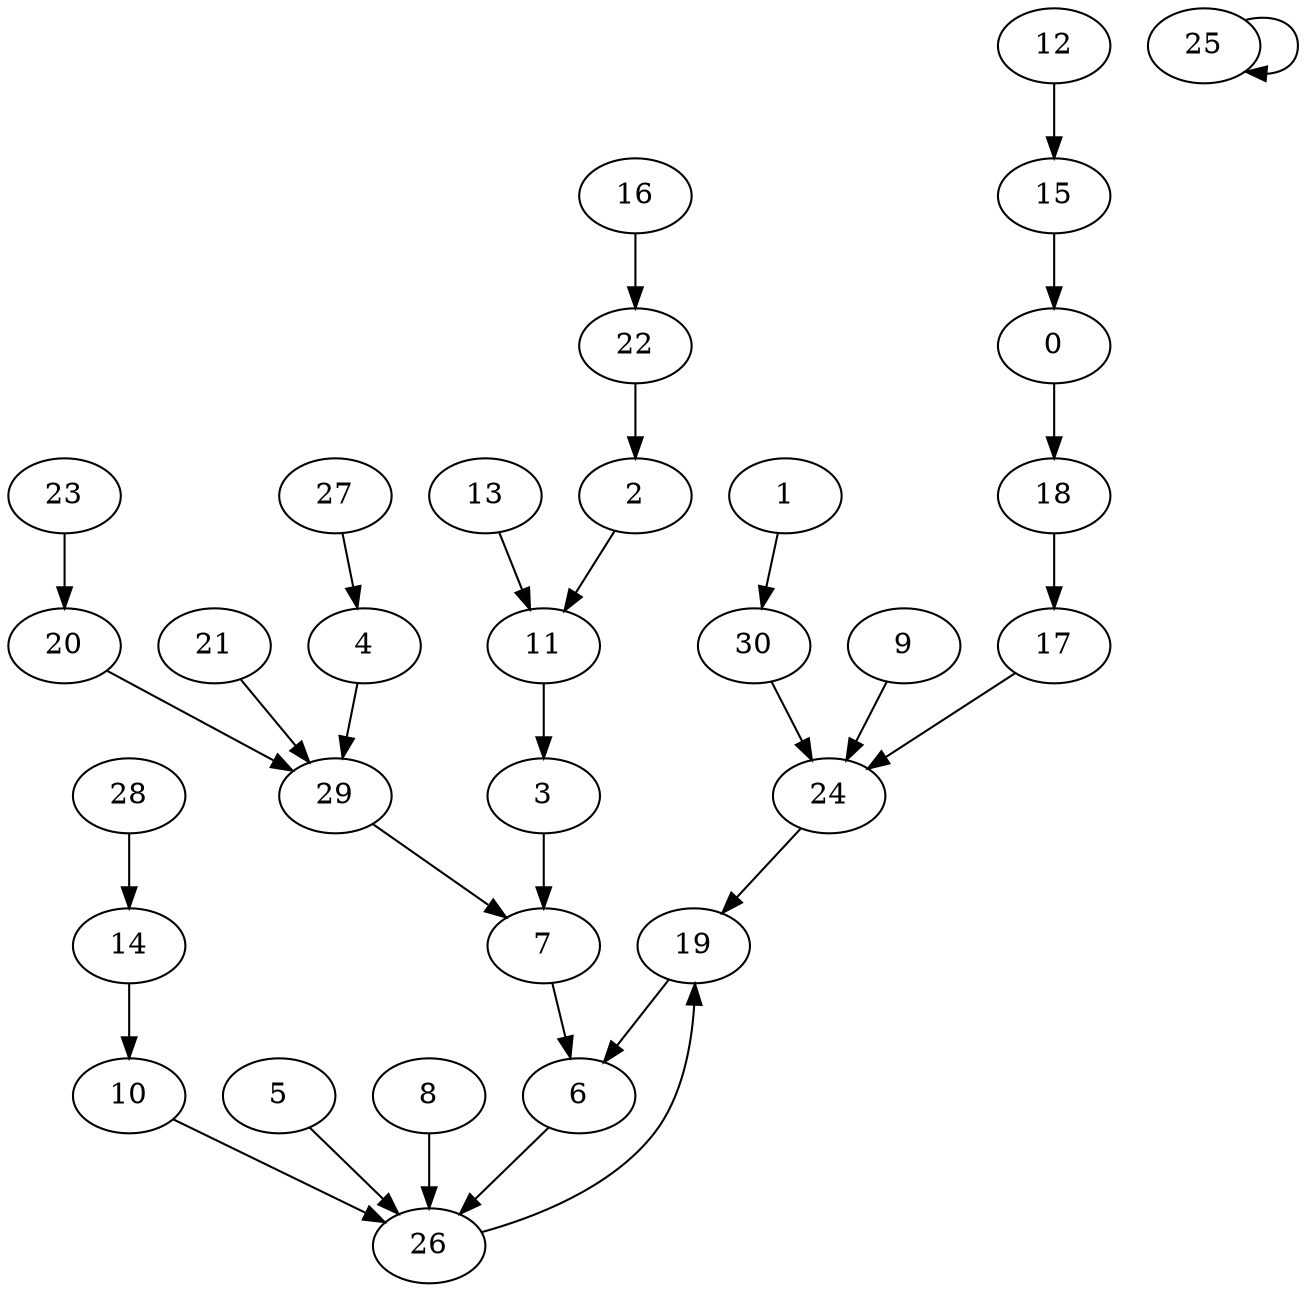
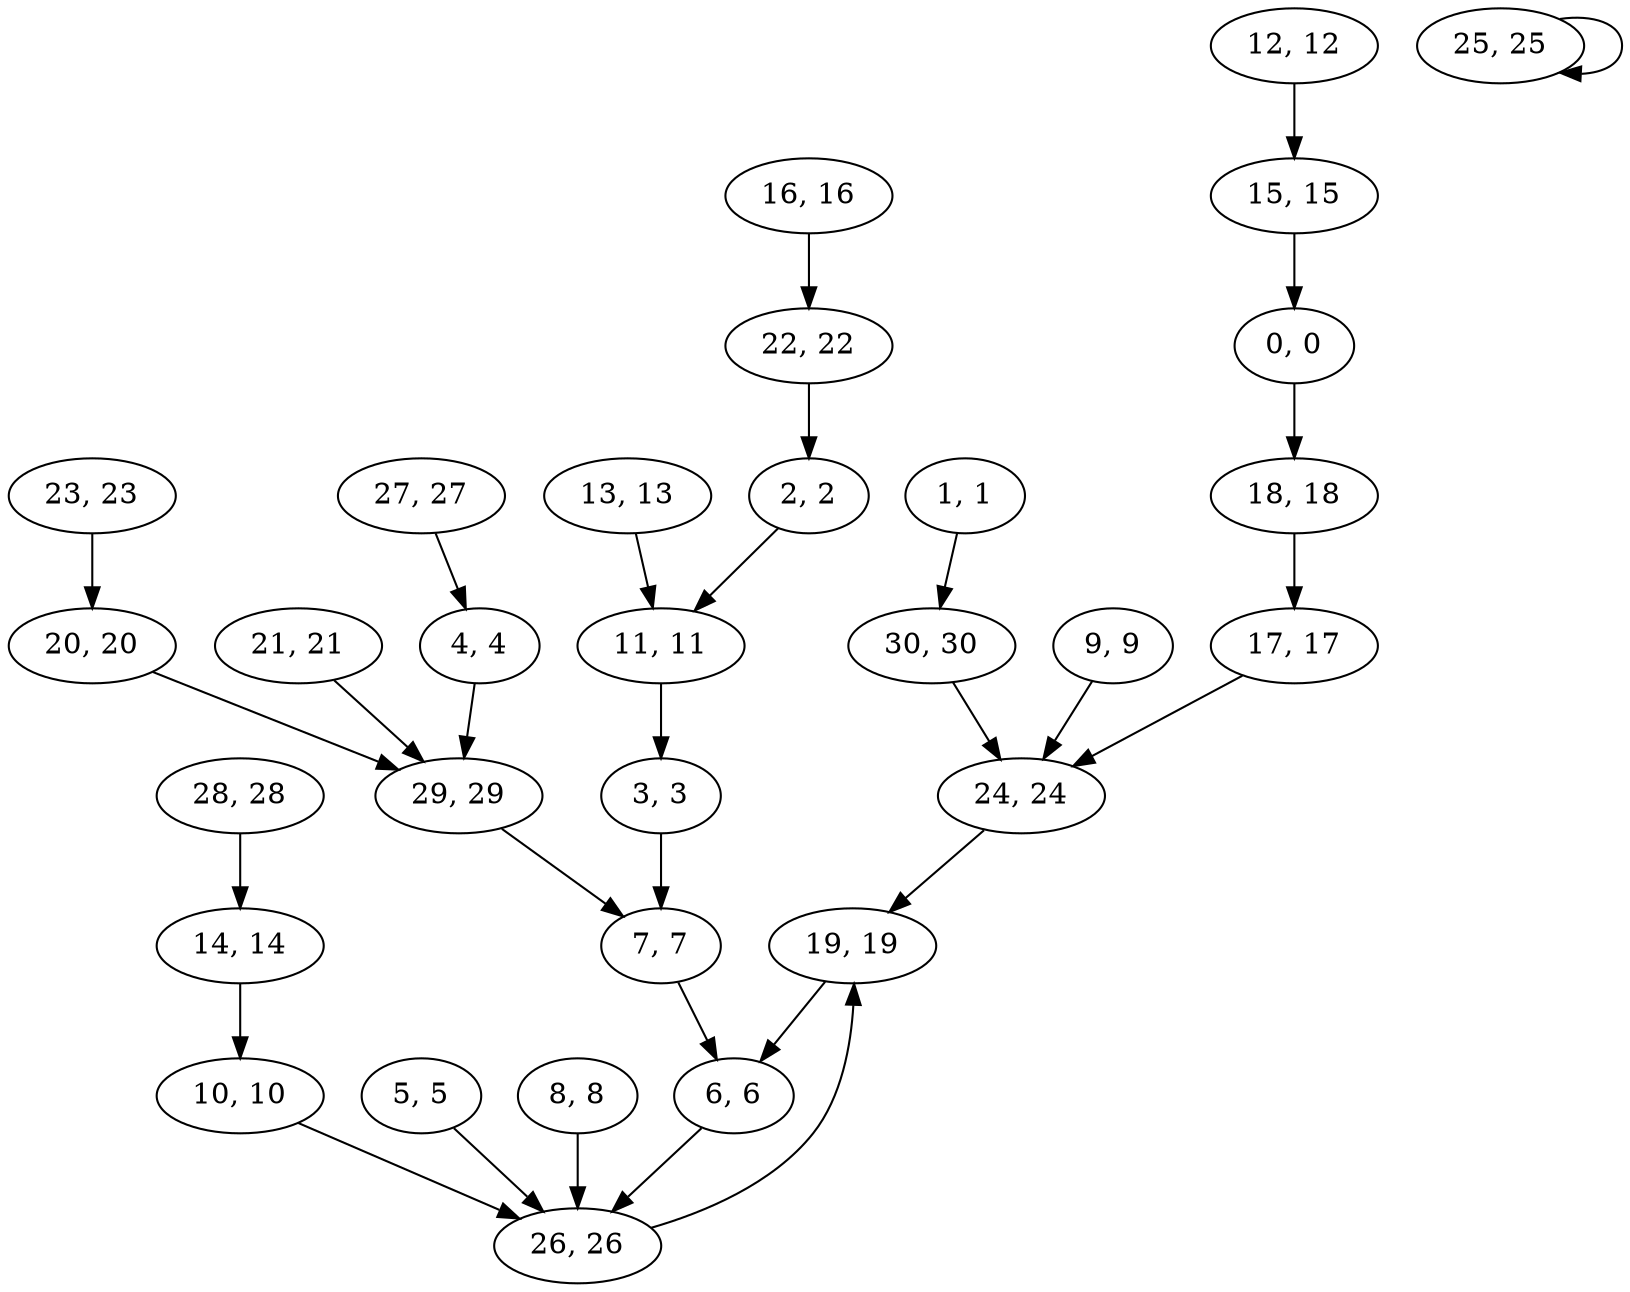
digraph ParityArena {
-     0 [label = 0];
-     1 [label = 1];
-     10 [label = 10];
-     11 [label = 11];
-     12 [label = 12];
-     13 [label = 13];
-     14 [label = 14];
-     15 [label = 15];
-     16 [label = 16];
-     17 [label = 17];
-     18 [label = 18];
-     19 [label = 19];
-     2 [label = 2];
-     20 [label = 20];
-     21 [label = 21];
-     22 [label = 22];
-     23 [label = 23];
-     24 [label = 24];
-     25 [label = 25];
-     26 [label = 26];
-     27 [label = 27];
-     28 [label = 28];
-     29 [label = 29];
-     3 [label = 3];
-     30 [label = 30];
-     4 [label = 4];
-     5 [label = 5];
-     6 [label = 6];
-     7 [label = 7];
-     8 [label = 8];
-     9 [label = 9];
+     0 [label = "0, 0"];
+     1 [label = "1, 1"];
+     10 [label = "10, 10"];
+     11 [label = "11, 11"];
+     12 [label = "12, 12"];
+     13 [label = "13, 13"];
+     14 [label = "14, 14"];
+     15 [label = "15, 15"];
+     16 [label = "16, 16"];
+     17 [label = "17, 17"];
+     18 [label = "18, 18"];
+     19 [label = "19, 19"];
+     2 [label = "2, 2"];
+     20 [label = "20, 20"];
+     21 [label = "21, 21"];
+     22 [label = "22, 22"];
+     23 [label = "23, 23"];
+     24 [label = "24, 24"];
+     25 [label = "25, 25"];
+     26 [label = "26, 26"];
+     27 [label = "27, 27"];
+     28 [label = "28, 28"];
+     29 [label = "29, 29"];
+     3 [label = "3, 3"];
+     30 [label = "30, 30"];
+     4 [label = "4, 4"];
+     5 [label = "5, 5"];
+     6 [label = "6, 6"];
+     7 [label = "7, 7"];
+     8 [label = "8, 8"];
+     9 [label = "9, 9"];
    0 -> 18 [label = ""];
    1 -> 30 [label = ""];
    10 -> 26 [label = ""];
    11 -> 3 [label = ""];
    12 -> 15 [label = ""];
    13 -> 11 [label = ""];
    14 -> 10 [label = ""];
    15 -> 0 [label = ""];
    16 -> 22 [label = ""];
    17 -> 24 [label = ""];
    18 -> 17 [label = ""];
    19 -> 6 [label = ""];
    2 -> 11 [label = ""];
    20 -> 29 [label = ""];
    21 -> 29 [label = ""];
    22 -> 2 [label = ""];
    23 -> 20 [label = ""];
    24 -> 19 [label = ""];
    25 -> 25 [label = ""];
    26 -> 19 [label = ""];
    27 -> 4 [label = ""];
    28 -> 14 [label = ""];
    29 -> 7 [label = ""];
    3 -> 7 [label = ""];
    30 -> 24 [label = ""];
    4 -> 29 [label = ""];
    5 -> 26 [label = ""];
    6 -> 26 [label = ""];
    7 -> 6 [label = ""];
    8 -> 26 [label = ""];
    9 -> 24 [label = ""];
}